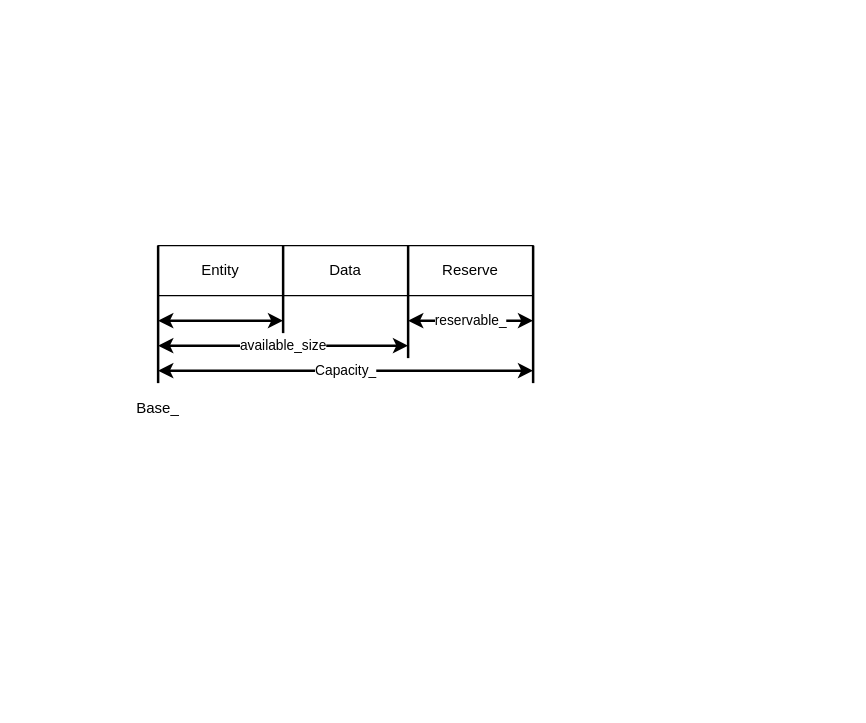
Before: page "slice" (9 of 13) of memcpy_test_arch.drawio in xu1zhou/Documents, a draw.io diagram. Source tidied: cells renumbered, new cells numbered last; positions are measured from the earlier drawing's top-left corner, leaving out a move shared by most shapes. Both pictures are drawn from the tidied source at 125%, with x=0, y=0 at pixel (132, 245).
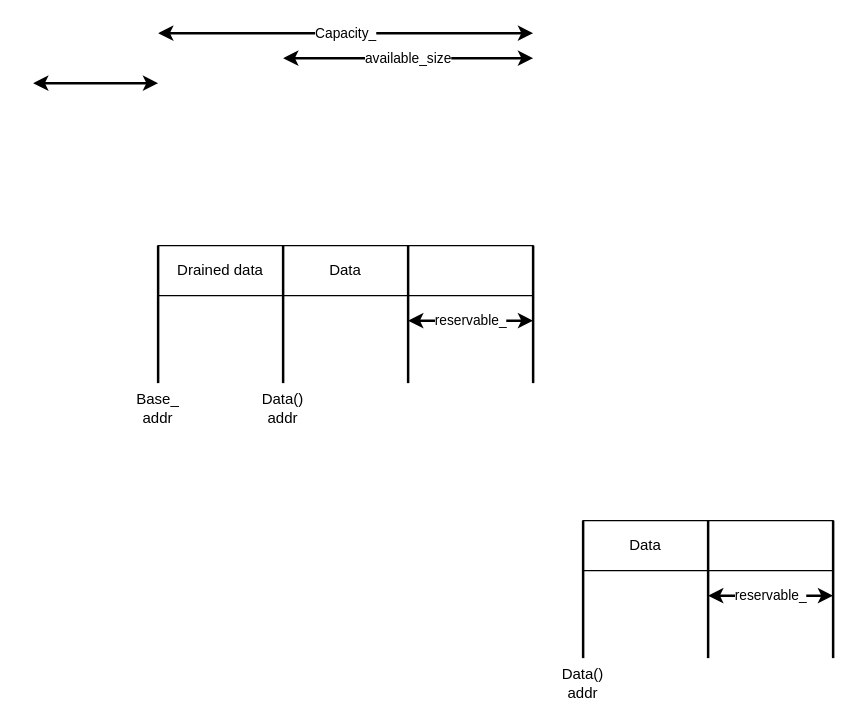
After the change.

The edit, as a diff of the source:
```diff
@@
-    <mxCell id="2" value="Entity" style="whiteSpace=wrap;html=1;align=center;" parent="1" vertex="1">
+    <mxCell id="2" value="Drained data" style="whiteSpace=wrap;html=1;align=center;" parent="1" vertex="1">
       <mxGeometry x="20" width="100" height="40" as="geometry" />
     </mxCell>
@@
-    <mxCell id="4" value="Reserve" style="whiteSpace=wrap;html=1;align=center;" parent="1" vertex="1">
+    <mxCell id="4" style="whiteSpace=wrap;html=1;align=center;" parent="1" vertex="1">
       <mxGeometry x="220" width="100" height="40" as="geometry" />
     </mxCell>
@@
     <mxCell id="6" style="endArrow=none;html=1;strokeWidth=2;" parent="1" edge="1">
       <mxGeometry relative="1" as="geometry">
-        <mxPoint x="120" y="70" as="sourcePoint" />
+        <mxPoint x="120" y="110" as="sourcePoint" />
         <mxPoint x="120" as="targetPoint" />
       </mxGeometry>
     </mxCell>
     <mxCell id="7" style="endArrow=none;html=1;strokeWidth=2;" parent="1" edge="1">
       <mxGeometry relative="1" as="geometry">
-        <mxPoint x="220" y="90" as="sourcePoint" />
+        <mxPoint x="220" y="110" as="sourcePoint" />
         <mxPoint x="220" as="targetPoint" />
       </mxGeometry>
     </mxCell>
@@
-    <mxCell id="9" value="Base_" style="text;html=1;strokeColor=none;fillColor=none;align=center;verticalAlign=middle;whiteSpace=wrap;rounded=0;" parent="1" vertex="1">
+    <mxCell id="9" value="Base_&lt;br&gt;addr" style="text;html=1;strokeColor=none;fillColor=none;align=center;verticalAlign=middle;whiteSpace=wrap;rounded=0;" parent="1" vertex="1">
       <mxGeometry y="120" width="40" height="20" as="geometry" />
     </mxCell>
     <mxCell id="10" style="endArrow=classic;startArrow=classic;html=1;strokeWidth=2;" parent="1" edge="1">
       <mxGeometry relative="1" as="geometry">
-        <mxPoint x="20" y="60" as="sourcePoint" />
-        <mxPoint x="120" y="60" as="targetPoint" />
+        <mxPoint x="-80" y="-130" as="sourcePoint" />
+        <mxPoint x="20" y="-130" as="targetPoint" />
       </mxGeometry>
     </mxCell>
     <mxCell id="11" value="available_size" style="endArrow=classic;startArrow=classic;html=1;strokeWidth=2;" parent="1" edge="1">
       <mxGeometry relative="1" as="geometry">
-        <mxPoint x="20" y="80" as="sourcePoint" />
-        <mxPoint x="220" y="80" as="targetPoint" />
+        <mxPoint x="120" y="-150" as="sourcePoint" />
+        <mxPoint x="320" y="-150" as="targetPoint" />
       </mxGeometry>
     </mxCell>
     <mxCell id="12" value="Capacity_" style="endArrow=classic;startArrow=classic;html=1;strokeWidth=2;" parent="1" edge="1">
       <mxGeometry relative="1" as="geometry">
-        <mxPoint x="20" y="100" as="sourcePoint" />
-        <mxPoint x="320" y="100" as="targetPoint" />
+        <mxPoint x="20" y="-170" as="sourcePoint" />
+        <mxPoint x="320" y="-170" as="targetPoint" />
       </mxGeometry>
     </mxCell>
@@
+    <mxCell id="14" value="Data()&lt;br&gt;addr" style="text;html=1;strokeColor=none;fillColor=none;align=center;verticalAlign=middle;whiteSpace=wrap;rounded=0;" parent="1" vertex="1">
+      <mxGeometry x="100" y="120" width="40" height="20" as="geometry" />
+    </mxCell>
+    <mxCell id="15" value="Data" style="whiteSpace=wrap;html=1;align=center;" parent="1" vertex="1">
+      <mxGeometry x="360" y="220" width="100" height="40" as="geometry" />
+    </mxCell>
+    <mxCell id="16" style="whiteSpace=wrap;html=1;align=center;" parent="1" vertex="1">
+      <mxGeometry x="460" y="220" width="100" height="40" as="geometry" />
+    </mxCell>
+    <mxCell id="17" style="endArrow=none;html=1;strokeWidth=2;" parent="1" edge="1">
+      <mxGeometry relative="1" as="geometry">
+        <mxPoint x="360" y="330" as="sourcePoint" />
+        <mxPoint x="360" y="220" as="targetPoint" />
+      </mxGeometry>
+    </mxCell>
+    <mxCell id="18" style="endArrow=none;html=1;strokeWidth=2;" parent="1" edge="1">
+      <mxGeometry relative="1" as="geometry">
+        <mxPoint x="460" y="330" as="sourcePoint" />
+        <mxPoint x="460" y="220" as="targetPoint" />
+      </mxGeometry>
+    </mxCell>
+    <mxCell id="19" style="endArrow=none;html=1;strokeWidth=2;" parent="1" edge="1">
+      <mxGeometry relative="1" as="geometry">
+        <mxPoint x="560" y="330" as="sourcePoint" />
+        <mxPoint x="560" y="220" as="targetPoint" />
+      </mxGeometry>
+    </mxCell>
+    <mxCell id="20" value="reservable_" style="endArrow=classic;startArrow=classic;html=1;strokeWidth=2;" parent="1" edge="1">
+      <mxGeometry relative="1" as="geometry">
+        <mxPoint x="460" y="280" as="sourcePoint" />
+        <mxPoint x="560" y="280" as="targetPoint" />
+      </mxGeometry>
+    </mxCell>
+    <mxCell id="21" value="Data()&lt;br&gt;addr" style="text;html=1;strokeColor=none;fillColor=none;align=center;verticalAlign=middle;whiteSpace=wrap;rounded=0;" parent="1" vertex="1">
+      <mxGeometry x="340" y="340" width="40" height="20" as="geometry" />
+    </mxCell>
```
